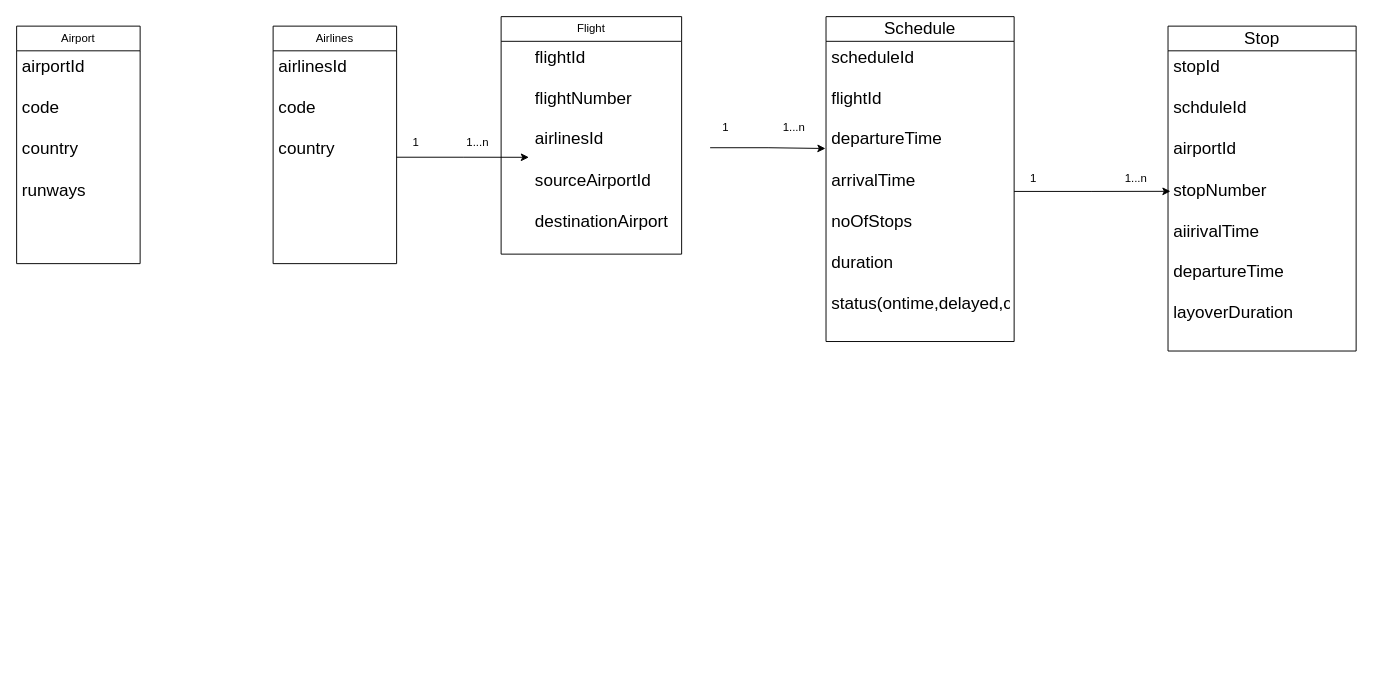
vemarajusaikrishna/hld keeps this draw.io diagram as Untitled Diagram.drawio. Above is the earlier version. Source tidied: cells renumbered, new cells numbered last; positions are measured from the earlier drawing's top-left corner, leaving out a move shared by most shapes. Both pictures are drawn from the tidied source at 95%, with x=0, y=0 at pixel (16, 16).
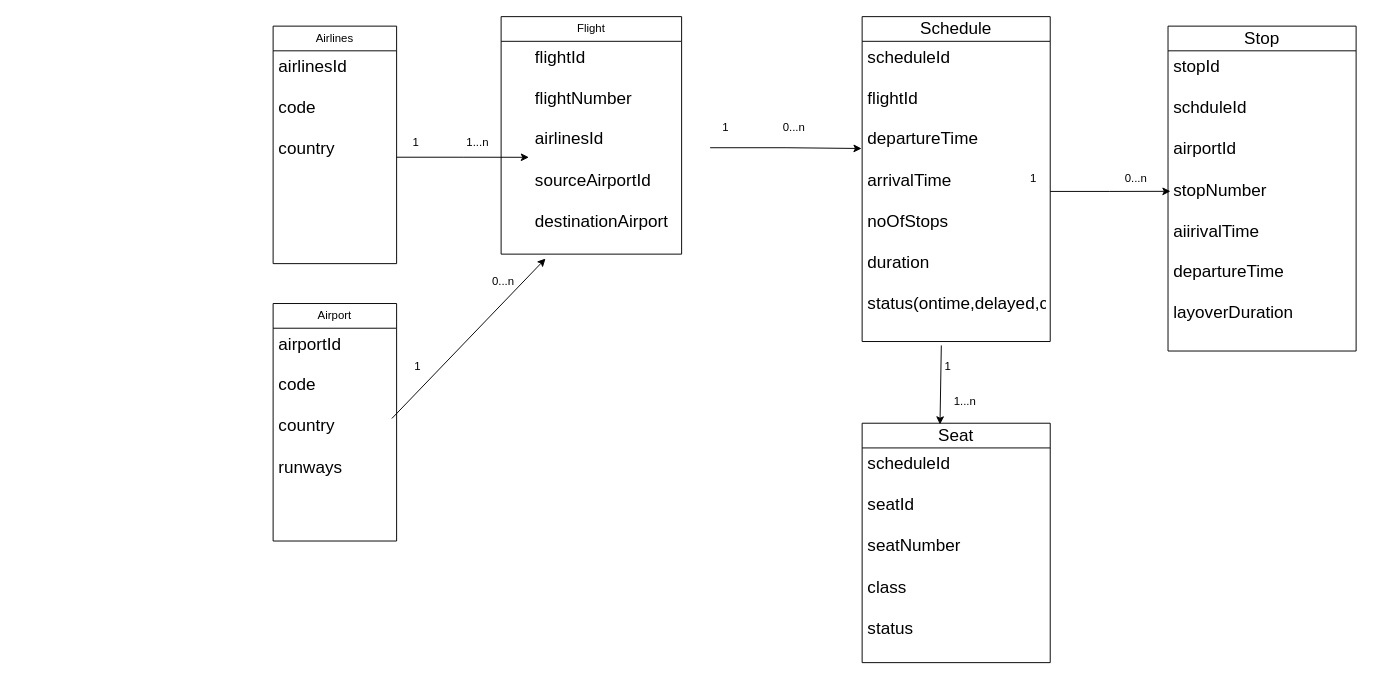
After the change.

Unchanged cells that the change refers to:
```xml
<mxCell id="10" value="&lt;div&gt;&lt;font style=&quot;font-size: 18px;&quot;&gt;flightId&lt;/font&gt;&lt;/div&gt;&lt;div&gt;&lt;font style=&quot;font-size: 18px;&quot;&gt;&lt;br&gt;&lt;/font&gt;&lt;/div&gt;&lt;div&gt;&lt;font style=&quot;font-size: 18px;&quot;&gt;flightNumber&lt;/font&gt;&lt;/div&gt;&lt;div&gt;&lt;font style=&quot;font-size: 18px;&quot;&gt;&lt;br&gt;&lt;/font&gt;&lt;/div&gt;&lt;div&gt;&lt;span style=&quot;font-size: 18px;&quot;&gt;airlinesId&lt;/span&gt;&lt;/div&gt;&lt;div&gt;&lt;font style=&quot;font-size: 18px;&quot;&gt;&lt;br&gt;&lt;/font&gt;&lt;/div&gt;&lt;div&gt;&lt;span style=&quot;font-size: 18px;&quot;&gt;sourceAirportId&lt;/span&gt;&lt;/div&gt;&lt;div&gt;&lt;font style=&quot;font-size: 18px;&quot;&gt;&lt;br&gt;&lt;/font&gt;&lt;/div&gt;&lt;div&gt;&lt;span style=&quot;font-size: 18px;&quot;&gt;destinationAirport&lt;/span&gt;&lt;/div&gt;&lt;div&gt;&lt;font style=&quot;font-size: 18px;&quot;&gt;&lt;br&gt;&lt;/font&gt;&lt;/div&gt;&lt;div&gt;&lt;br&gt;&lt;/div&gt;" style="text;strokeColor=none;fillColor=none;align=left;verticalAlign=top;spacingLeft=4;spacingRight=4;overflow=hidden;points=[[0,0.5],[1,0.5]];portConstraint=eastwest;whiteSpace=wrap;html=1;" parent="1" vertex="1">
  <mxGeometry x="540" y="26" width="190" height="224" as="geometry" />
</mxCell>
```

Change to the diagram source:
```diff
@@
     <mxCell id="2" value="Airport" style="swimlane;fontStyle=0;horizontal=1;startSize=26;fillColor=none;whiteSpace=wrap;html=1;" parent="1" vertex="1">
-      <mxGeometry y="10" width="130" height="250" as="geometry" />
+      <mxGeometry x="270" y="302" width="130" height="250" as="geometry" />
     </mxCell>
@@
-    <mxCell id="11" value="Schedule" style="swimlane;fontStyle=0;horizontal=1;startSize=26;fillColor=none;whiteSpace=wrap;html=1;fontSize=18;" parent="1" vertex="1">
-      <mxGeometry x="852" width="198" height="342" as="geometry" />
-    </mxCell>
-    <mxCell id="12" value="&lt;div&gt;&lt;span style=&quot;font-size: 18px;&quot;&gt;scheduleId&lt;/span&gt;&lt;/div&gt;&lt;div&gt;&lt;font style=&quot;font-size: 18px;&quot;&gt;&lt;br&gt;&lt;/font&gt;&lt;/div&gt;&lt;div&gt;&lt;span style=&quot;font-size: 18px;&quot;&gt;flightId&lt;/span&gt;&lt;/div&gt;&lt;div&gt;&lt;font style=&quot;font-size: 18px;&quot;&gt;&lt;br&gt;&lt;/font&gt;&lt;/div&gt;&lt;div&gt;&lt;span style=&quot;font-size: 18px;&quot;&gt;departureTime&lt;/span&gt;&lt;/div&gt;&lt;div&gt;&lt;span style=&quot;font-size: 18px;&quot;&gt;&lt;br&gt;&lt;/span&gt;&lt;/div&gt;&lt;div&gt;&lt;span style=&quot;font-size: 18px;&quot;&gt;arrivalTime&lt;/span&gt;&lt;/div&gt;&lt;div&gt;&lt;font style=&quot;font-size: 18px;&quot;&gt;&lt;br&gt;&lt;/font&gt;&lt;/div&gt;&lt;div&gt;&lt;span style=&quot;font-size: 18px;&quot;&gt;noOfStops&lt;/span&gt;&lt;/div&gt;&lt;div&gt;&lt;span style=&quot;font-size: 18px;&quot;&gt;&lt;br&gt;&lt;/span&gt;&lt;/div&gt;&lt;div&gt;&lt;span style=&quot;font-size: 18px;&quot;&gt;duration&lt;/span&gt;&lt;/div&gt;&lt;div&gt;&lt;span style=&quot;font-size: 18px;&quot;&gt;&lt;br&gt;&lt;/span&gt;&lt;/div&gt;&lt;div&gt;&lt;span style=&quot;font-size: 18px;&quot;&gt;status(ontime,delayed,cancelled)&lt;/span&gt;&lt;/div&gt;&lt;div&gt;&lt;span style=&quot;font-size: 18px;&quot;&gt;&lt;br&gt;&lt;/span&gt;&lt;/div&gt;&lt;div&gt;&lt;span style=&quot;font-size: 18px;&quot;&gt;&lt;br&gt;&lt;/span&gt;&lt;/div&gt;&lt;div&gt;&lt;font style=&quot;font-size: 18px;&quot;&gt;&lt;br&gt;&lt;/font&gt;&lt;/div&gt;&lt;div&gt;&lt;br&gt;&lt;/div&gt;" style="text;strokeColor=none;fillColor=none;align=left;verticalAlign=top;spacingLeft=4;spacingRight=4;overflow=hidden;points=[[0,0.5],[1,0.5]];portConstraint=eastwest;whiteSpace=wrap;html=1;" parent="11" vertex="1">
-      <mxGeometry y="26" width="198" height="316" as="geometry" />
-    </mxCell>
@@
-    <mxCell id="15" value="1...n" style="text;html=1;align=center;verticalAlign=middle;strokeColor=none;fillColor=none;" parent="1" vertex="1">
+    <mxCell id="15" value="0...n" style="text;html=1;align=center;verticalAlign=middle;strokeColor=none;fillColor=none;" parent="1" vertex="1">
       <mxGeometry x="791" y="99" width="54" height="36" as="geometry" />
     </mxCell>
@@
-    <mxCell id="20" value="1...n" style="text;html=1;align=center;verticalAlign=middle;strokeColor=none;fillColor=none;" parent="1" vertex="1">
+    <mxCell id="20" value="0...n" style="text;html=1;align=center;verticalAlign=middle;strokeColor=none;fillColor=none;" parent="1" vertex="1">
       <mxGeometry x="1151" y="153" width="54" height="36" as="geometry" />
     </mxCell>
+    <mxCell id="21" value="Seat" style="swimlane;fontStyle=0;horizontal=1;startSize=26;fillColor=none;whiteSpace=wrap;html=1;fontSize=18;" parent="1" vertex="1">
+      <mxGeometry x="890" y="428" width="198" height="252" as="geometry" />
+    </mxCell>
+    <mxCell id="22" value="&lt;div&gt;&lt;span style=&quot;font-size: 18px;&quot;&gt;scheduleId&lt;/span&gt;&lt;/div&gt;&lt;div&gt;&lt;font style=&quot;font-size: 18px;&quot;&gt;&lt;br&gt;&lt;/font&gt;&lt;/div&gt;&lt;div&gt;&lt;span style=&quot;font-size: 18px;&quot;&gt;seatId&lt;/span&gt;&lt;/div&gt;&lt;div&gt;&lt;font style=&quot;font-size: 18px;&quot;&gt;&lt;br&gt;&lt;/font&gt;&lt;/div&gt;&lt;div&gt;&lt;span style=&quot;font-size: 18px;&quot;&gt;seatNumber&lt;/span&gt;&lt;/div&gt;&lt;div&gt;&lt;span style=&quot;font-size: 18px;&quot;&gt;&lt;br&gt;&lt;/span&gt;&lt;/div&gt;&lt;div&gt;&lt;span style=&quot;font-size: 18px;&quot;&gt;class&lt;/span&gt;&lt;/div&gt;&lt;div&gt;&lt;font style=&quot;font-size: 18px;&quot;&gt;&lt;br&gt;&lt;/font&gt;&lt;/div&gt;&lt;div&gt;&lt;span style=&quot;font-size: 18px;&quot;&gt;status&lt;/span&gt;&lt;/div&gt;&lt;div&gt;&lt;span style=&quot;font-size: 18px;&quot;&gt;&lt;br&gt;&lt;/span&gt;&lt;/div&gt;&lt;div&gt;&lt;br&gt;&lt;/div&gt;&lt;div&gt;&lt;br&gt;&lt;/div&gt;&lt;div&gt;&lt;span style=&quot;font-size: 18px;&quot;&gt;&lt;br&gt;&lt;/span&gt;&lt;/div&gt;&lt;div&gt;&lt;font style=&quot;font-size: 18px;&quot;&gt;&lt;br&gt;&lt;/font&gt;&lt;/div&gt;&lt;div&gt;&lt;br&gt;&lt;/div&gt;" style="text;strokeColor=none;fillColor=none;align=left;verticalAlign=top;spacingLeft=4;spacingRight=4;overflow=hidden;whiteSpace=wrap;html=1;" parent="21" vertex="1">
+      <mxGeometry y="26" width="198" height="226" as="geometry" />
+    </mxCell>
+    <mxCell id="11" value="Schedule" style="swimlane;fontStyle=0;horizontal=1;startSize=26;fillColor=none;whiteSpace=wrap;html=1;fontSize=18;" parent="1" vertex="1">
+      <mxGeometry x="890" width="198" height="342" as="geometry" />
+    </mxCell>
+    <mxCell id="12" value="&lt;div&gt;&lt;span style=&quot;font-size: 18px;&quot;&gt;scheduleId&lt;/span&gt;&lt;/div&gt;&lt;div&gt;&lt;font style=&quot;font-size: 18px;&quot;&gt;&lt;br&gt;&lt;/font&gt;&lt;/div&gt;&lt;div&gt;&lt;span style=&quot;font-size: 18px;&quot;&gt;flightId&lt;/span&gt;&lt;/div&gt;&lt;div&gt;&lt;font style=&quot;font-size: 18px;&quot;&gt;&lt;br&gt;&lt;/font&gt;&lt;/div&gt;&lt;div&gt;&lt;span style=&quot;font-size: 18px;&quot;&gt;departureTime&lt;/span&gt;&lt;/div&gt;&lt;div&gt;&lt;span style=&quot;font-size: 18px;&quot;&gt;&lt;br&gt;&lt;/span&gt;&lt;/div&gt;&lt;div&gt;&lt;span style=&quot;font-size: 18px;&quot;&gt;arrivalTime&lt;/span&gt;&lt;/div&gt;&lt;div&gt;&lt;font style=&quot;font-size: 18px;&quot;&gt;&lt;br&gt;&lt;/font&gt;&lt;/div&gt;&lt;div&gt;&lt;span style=&quot;font-size: 18px;&quot;&gt;noOfStops&lt;/span&gt;&lt;/div&gt;&lt;div&gt;&lt;span style=&quot;font-size: 18px;&quot;&gt;&lt;br&gt;&lt;/span&gt;&lt;/div&gt;&lt;div&gt;&lt;span style=&quot;font-size: 18px;&quot;&gt;duration&lt;/span&gt;&lt;/div&gt;&lt;div&gt;&lt;span style=&quot;font-size: 18px;&quot;&gt;&lt;br&gt;&lt;/span&gt;&lt;/div&gt;&lt;div&gt;&lt;span style=&quot;font-size: 18px;&quot;&gt;status(ontime,delayed,cancelled)&lt;/span&gt;&lt;/div&gt;&lt;div&gt;&lt;span style=&quot;font-size: 18px;&quot;&gt;&lt;br&gt;&lt;/span&gt;&lt;/div&gt;&lt;div&gt;&lt;span style=&quot;font-size: 18px;&quot;&gt;&lt;br&gt;&lt;/span&gt;&lt;/div&gt;&lt;div&gt;&lt;font style=&quot;font-size: 18px;&quot;&gt;&lt;br&gt;&lt;/font&gt;&lt;/div&gt;&lt;div&gt;&lt;br&gt;&lt;/div&gt;" style="text;strokeColor=none;fillColor=none;align=left;verticalAlign=top;spacingLeft=4;spacingRight=4;overflow=hidden;points=[[0,0.5],[1,0.5]];portConstraint=eastwest;whiteSpace=wrap;html=1;" parent="11" vertex="1">
+      <mxGeometry y="26" width="198" height="316" as="geometry" />
+    </mxCell>
+    <mxCell id="23" style="endArrow=classic;html=1;rounded=0;exitX=0.421;exitY=1.013;exitDx=0;exitDy=0;exitPerimeter=0;entryX=0.414;entryY=0.005;entryDx=0;entryDy=0;entryPerimeter=0;" parent="1" edge="1" source="12" target="21">
+      <mxGeometry relative="1" as="geometry" />
+    </mxCell>
+    <mxCell id="24" value="1" style="text;html=1;align=center;verticalAlign=middle;strokeColor=none;fillColor=none;" parent="1" vertex="1">
+      <mxGeometry x="962" y="351" width="36" height="36" as="geometry" />
+    </mxCell>
+    <mxCell id="25" value="1...n" style="text;html=1;align=center;verticalAlign=middle;strokeColor=none;fillColor=none;" parent="1" vertex="1">
+      <mxGeometry x="971" y="387" width="54" height="36" as="geometry" />
+    </mxCell>
+    <mxCell id="26" style="endArrow=classic;html=1;rounded=0;entryX=0.088;entryY=1.021;entryDx=0;entryDy=0;entryPerimeter=0;" parent="1" edge="1" target="10">
+      <mxGeometry relative="1" as="geometry">
+        <mxPoint x="395" y="423" as="sourcePoint" />
+      </mxGeometry>
+    </mxCell>
+    <mxCell id="27" value="1" style="text;html=1;align=center;verticalAlign=middle;strokeColor=none;fillColor=none;" parent="1" vertex="1">
+      <mxGeometry x="404" y="351" width="36" height="36" as="geometry" />
+    </mxCell>
+    <mxCell id="28" value="0...n" style="text;html=1;align=center;verticalAlign=middle;strokeColor=none;fillColor=none;" parent="1" vertex="1">
+      <mxGeometry x="485" y="261" width="54" height="36" as="geometry" />
+    </mxCell>
```
